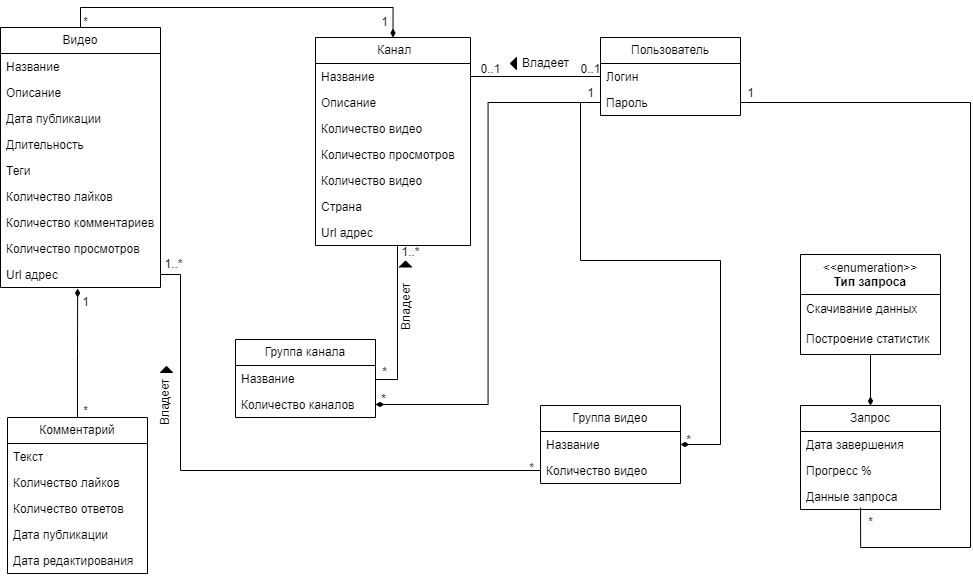
This is docs/images/DomainModel.png from Hembos/YoutubeAnalytics, a draw.io export, as it was before one commit. Source tidied: cells renumbered, new cells last; positions are measured from the earlier drawing's top-left corner, leaving out a move shared by most shapes. Its diagram source:
```xml
<mxGraphModel>
  <root>
    <mxCell id="0" />
    <mxCell id="1" parent="0" />
    <mxCell id="2" value="Видео" style="swimlane;fontStyle=0;horizontal=1;startSize=26;fillColor=none;whiteSpace=wrap;html=1;" parent="1" vertex="1">
      <mxGeometry y="20" width="160" height="260" as="geometry" />
    </mxCell>
    <mxCell id="3" value="Название" style="text;strokeColor=none;fillColor=none;align=left;verticalAlign=top;spacingLeft=4;spacingRight=4;overflow=hidden;whiteSpace=wrap;html=1;" parent="2" vertex="1">
      <mxGeometry y="26" width="160" height="26" as="geometry" />
    </mxCell>
    <mxCell id="4" value="Описание" style="text;strokeColor=none;fillColor=none;align=left;verticalAlign=top;spacingLeft=4;spacingRight=4;overflow=hidden;whiteSpace=wrap;html=1;" parent="2" vertex="1">
      <mxGeometry y="52" width="160" height="26" as="geometry" />
    </mxCell>
    <mxCell id="5" value="Дата публикации" style="text;strokeColor=none;fillColor=none;align=left;verticalAlign=top;spacingLeft=4;spacingRight=4;overflow=hidden;whiteSpace=wrap;html=1;" parent="2" vertex="1">
      <mxGeometry y="78" width="160" height="26" as="geometry" />
    </mxCell>
    <mxCell id="6" value="Длительность" style="text;strokeColor=none;fillColor=none;align=left;verticalAlign=top;spacingLeft=4;spacingRight=4;overflow=hidden;whiteSpace=wrap;html=1;" parent="2" vertex="1">
      <mxGeometry y="104" width="160" height="26" as="geometry" />
    </mxCell>
    <mxCell id="7" value="Теги" style="text;strokeColor=none;fillColor=none;align=left;verticalAlign=top;spacingLeft=4;spacingRight=4;overflow=hidden;whiteSpace=wrap;html=1;" parent="2" vertex="1">
      <mxGeometry y="130" width="160" height="26" as="geometry" />
    </mxCell>
    <mxCell id="8" value="Количество лайков" style="text;strokeColor=none;fillColor=none;align=left;verticalAlign=top;spacingLeft=4;spacingRight=4;overflow=hidden;whiteSpace=wrap;html=1;" parent="2" vertex="1">
      <mxGeometry y="156" width="160" height="26" as="geometry" />
    </mxCell>
    <mxCell id="9" value="Количество комментариев" style="text;strokeColor=none;fillColor=none;align=left;verticalAlign=top;spacingLeft=4;spacingRight=4;overflow=hidden;whiteSpace=wrap;html=1;" parent="2" vertex="1">
      <mxGeometry y="182" width="160" height="26" as="geometry" />
    </mxCell>
    <mxCell id="10" value="Количество просмотров" style="text;strokeColor=none;fillColor=none;align=left;verticalAlign=top;spacingLeft=4;spacingRight=4;overflow=hidden;whiteSpace=wrap;html=1;" parent="2" vertex="1">
      <mxGeometry y="208" width="160" height="26" as="geometry" />
    </mxCell>
    <mxCell id="11" value="Url адрес" style="text;strokeColor=none;fillColor=none;align=left;verticalAlign=top;spacingLeft=4;spacingRight=4;overflow=hidden;points=[[0,0.5],[1,0.5]];portConstraint=eastwest;whiteSpace=wrap;html=1;" parent="2" vertex="1">
      <mxGeometry y="234" width="160" height="26" as="geometry" />
    </mxCell>
    <mxCell id="12" value="&amp;nbsp;Канал" style="swimlane;fontStyle=0;horizontal=1;startSize=26;fillColor=none;whiteSpace=wrap;html=1;" parent="1" vertex="1">
      <mxGeometry x="315" y="30" width="155" height="208" as="geometry" />
    </mxCell>
    <mxCell id="13" value="Название" style="text;strokeColor=none;fillColor=none;align=left;verticalAlign=top;spacingLeft=4;spacingRight=4;overflow=hidden;points=[[0,0.5],[1,0.5]];portConstraint=eastwest;whiteSpace=wrap;html=1;" parent="12" vertex="1">
      <mxGeometry y="26" width="155" height="26" as="geometry" />
    </mxCell>
    <mxCell id="14" value="Описание" style="text;strokeColor=none;fillColor=none;align=left;verticalAlign=top;spacingLeft=4;spacingRight=4;overflow=hidden;whiteSpace=wrap;html=1;" parent="12" vertex="1">
      <mxGeometry y="52" width="155" height="26" as="geometry" />
    </mxCell>
    <mxCell id="15" value="Количество видео" style="text;strokeColor=none;fillColor=none;align=left;verticalAlign=top;spacingLeft=4;spacingRight=4;overflow=hidden;whiteSpace=wrap;html=1;" parent="12" vertex="1">
      <mxGeometry y="78" width="155" height="26" as="geometry" />
    </mxCell>
    <mxCell id="16" value="Количество просмотров" style="text;strokeColor=none;fillColor=none;align=left;verticalAlign=top;spacingLeft=4;spacingRight=4;overflow=hidden;whiteSpace=wrap;html=1;" parent="12" vertex="1">
      <mxGeometry y="104" width="155" height="26" as="geometry" />
    </mxCell>
    <mxCell id="17" value="Количество видео" style="text;strokeColor=none;fillColor=none;align=left;verticalAlign=top;spacingLeft=4;spacingRight=4;overflow=hidden;whiteSpace=wrap;html=1;" parent="12" vertex="1">
      <mxGeometry y="130" width="155" height="26" as="geometry" />
    </mxCell>
    <mxCell id="18" value="Страна" style="text;strokeColor=none;fillColor=none;align=left;verticalAlign=top;spacingLeft=4;spacingRight=4;overflow=hidden;whiteSpace=wrap;html=1;" parent="12" vertex="1">
      <mxGeometry y="156" width="155" height="26" as="geometry" />
    </mxCell>
    <mxCell id="19" value="Url адрес" style="text;strokeColor=none;fillColor=none;align=left;verticalAlign=top;spacingLeft=4;spacingRight=4;overflow=hidden;points=[[0,0.5],[1,0.5]];portConstraint=eastwest;whiteSpace=wrap;html=1;" parent="12" vertex="1">
      <mxGeometry y="182" width="155" height="26" as="geometry" />
    </mxCell>
    <mxCell id="20" style="edgeStyle=orthogonalEdgeStyle;rounded=0;jettySize=auto;html=1;endArrow=diamondThin;endFill=1;exitX=0.5;exitY=0;exitDx=0;exitDy=0;entryX=0.482;entryY=1.04;entryDx=0;entryDy=0;entryPerimeter=0;" parent="1" edge="1" source="21" target="11">
      <mxGeometry relative="1" as="geometry" />
    </mxCell>
    <mxCell id="21" value="Комментарий" style="swimlane;fontStyle=0;horizontal=1;startSize=26;fillColor=none;whiteSpace=wrap;html=1;" parent="1" vertex="1">
      <mxGeometry x="7" y="410" width="140" height="156" as="geometry" />
    </mxCell>
    <mxCell id="22" value="Текст" style="text;strokeColor=none;fillColor=none;align=left;verticalAlign=top;spacingLeft=4;spacingRight=4;overflow=hidden;whiteSpace=wrap;html=1;" parent="21" vertex="1">
      <mxGeometry y="26" width="140" height="26" as="geometry" />
    </mxCell>
    <mxCell id="23" value="Количество лайков" style="text;strokeColor=none;fillColor=none;align=left;verticalAlign=top;spacingLeft=4;spacingRight=4;overflow=hidden;whiteSpace=wrap;html=1;" parent="21" vertex="1">
      <mxGeometry y="52" width="140" height="26" as="geometry" />
    </mxCell>
    <mxCell id="24" value="Количество ответов" style="text;strokeColor=none;fillColor=none;align=left;verticalAlign=top;spacingLeft=4;spacingRight=4;overflow=hidden;whiteSpace=wrap;html=1;" parent="21" vertex="1">
      <mxGeometry y="78" width="140" height="26" as="geometry" />
    </mxCell>
    <mxCell id="25" value="Дата публикации" style="text;strokeColor=none;fillColor=none;align=left;verticalAlign=top;spacingLeft=4;spacingRight=4;overflow=hidden;whiteSpace=wrap;html=1;" parent="21" vertex="1">
      <mxGeometry y="104" width="140" height="26" as="geometry" />
    </mxCell>
    <mxCell id="26" value="Дата редактирования" style="text;strokeColor=none;fillColor=none;align=left;verticalAlign=top;spacingLeft=4;spacingRight=4;overflow=hidden;whiteSpace=wrap;html=1;" parent="21" vertex="1">
      <mxGeometry y="130" width="140" height="26" as="geometry" />
    </mxCell>
    <mxCell id="27" value="Группа канала" style="swimlane;fontStyle=0;horizontal=1;startSize=26;fillColor=none;whiteSpace=wrap;html=1;" parent="1" vertex="1">
      <mxGeometry x="235" y="332" width="140" height="78" as="geometry" />
    </mxCell>
    <mxCell id="28" value="Название" style="text;strokeColor=none;fillColor=none;align=left;verticalAlign=top;spacingLeft=4;spacingRight=4;overflow=hidden;whiteSpace=wrap;html=1;" parent="27" vertex="1">
      <mxGeometry y="26" width="140" height="26" as="geometry" />
    </mxCell>
    <mxCell id="29" value="Количество каналов" style="text;strokeColor=none;fillColor=none;align=left;verticalAlign=top;spacingLeft=4;spacingRight=4;overflow=hidden;points=[[0,0.5],[1,0.5]];portConstraint=eastwest;whiteSpace=wrap;html=1;" parent="27" vertex="1">
      <mxGeometry y="52" width="140" height="26" as="geometry" />
    </mxCell>
    <mxCell id="30" value="Пользователь" style="swimlane;fontStyle=0;horizontal=1;startSize=26;fillColor=none;whiteSpace=wrap;html=1;" parent="1" vertex="1">
      <mxGeometry x="600" y="30" width="140" height="78" as="geometry" />
    </mxCell>
    <mxCell id="31" value="Логин" style="text;strokeColor=none;fillColor=none;align=left;verticalAlign=top;spacingLeft=4;spacingRight=4;overflow=hidden;points=[[0,0.5],[1,0.5]];portConstraint=eastwest;whiteSpace=wrap;html=1;" parent="30" vertex="1">
      <mxGeometry y="26" width="140" height="26" as="geometry" />
    </mxCell>
    <mxCell id="32" value="Пароль" style="text;strokeColor=none;fillColor=none;align=left;verticalAlign=top;spacingLeft=4;spacingRight=4;overflow=hidden;points=[[0,0.5],[1,0.5]];portConstraint=eastwest;whiteSpace=wrap;html=1;" parent="30" vertex="1">
      <mxGeometry y="52" width="140" height="26" as="geometry" />
    </mxCell>
    <mxCell id="33" style="edgeStyle=orthogonalEdgeStyle;rounded=0;jettySize=auto;html=1;entryX=0.5;entryY=0;entryDx=0;entryDy=0;endArrow=diamondThin;endFill=1;" parent="1" edge="1" source="34" target="43">
      <mxGeometry relative="1" as="geometry" />
    </mxCell>
    <mxCell id="34" value="&amp;lt;&amp;lt;enumeration&amp;gt;&amp;gt;&lt;br&gt;&lt;b&gt;Тип запроса&lt;/b&gt;" style="swimlane;fontStyle=0;align=center;verticalAlign=top;horizontal=1;startSize=40;html=1;whiteSpace=wrap;" parent="1" vertex="1">
      <mxGeometry x="800" y="247" width="140" height="100" as="geometry" />
    </mxCell>
    <mxCell id="35" value="Скачивание данных" style="text;html=1;strokeColor=none;fillColor=none;align=left;verticalAlign=middle;spacingLeft=4;spacingRight=4;overflow=hidden;whiteSpace=wrap;" parent="34" vertex="1">
      <mxGeometry y="40" width="140" height="30" as="geometry" />
    </mxCell>
    <mxCell id="36" value="Построение статистик" style="text;html=1;strokeColor=none;fillColor=none;align=left;verticalAlign=middle;spacingLeft=4;spacingRight=4;overflow=hidden;whiteSpace=wrap;" parent="34" vertex="1">
      <mxGeometry y="70" width="140" height="30" as="geometry" />
    </mxCell>
    <mxCell id="37" style="edgeStyle=orthogonalEdgeStyle;rounded=0;jettySize=auto;html=1;entryX=0.5;entryY=0;entryDx=0;entryDy=0;endArrow=diamondThin;endFill=1;exitX=0.5;exitY=0;exitDx=0;exitDy=0;" parent="1" edge="1" source="2" target="12">
      <mxGeometry relative="1" as="geometry" />
    </mxCell>
    <mxCell id="38" style="edgeStyle=orthogonalEdgeStyle;rounded=0;jettySize=auto;html=1;exitX=1;exitY=0.5;exitDx=0;exitDy=0;entryX=0;entryY=0.5;entryDx=0;entryDy=0;endArrow=none;endFill=0;" parent="1" edge="1" source="13" target="31">
      <mxGeometry relative="1" as="geometry" />
    </mxCell>
    <mxCell id="39" style="edgeStyle=orthogonalEdgeStyle;rounded=0;jettySize=auto;html=1;entryX=0.529;entryY=0.978;entryDx=0;entryDy=0;entryPerimeter=0;endArrow=none;endFill=0;" parent="1" edge="1" source="27" target="19">
      <mxGeometry relative="1" as="geometry">
        <Array as="points">
          <mxPoint x="397" y="372" />
        </Array>
      </mxGeometry>
    </mxCell>
    <mxCell id="40" value="       " style="triangle;fillColor=strokeColor;direction=west;" parent="1" vertex="1">
      <mxGeometry x="510" y="50" width="6" height="12" as="geometry" />
    </mxCell>
    <mxCell id="41" value="Владеет" style="text;html=1;align=center;verticalAlign=middle;strokeColor=none;fillColor=none;" parent="1" vertex="1">
      <mxGeometry x="510" y="41" width="70" height="30" as="geometry" />
    </mxCell>
    <mxCell id="42" style="triangle;fillColor=strokeColor;direction=north;" parent="1" vertex="1">
      <mxGeometry x="160" y="359" width="12" height="6" as="geometry" />
    </mxCell>
    <mxCell id="43" value="Запрос" style="swimlane;fontStyle=0;horizontal=1;startSize=26;fillColor=none;whiteSpace=wrap;html=1;" parent="1" vertex="1">
      <mxGeometry x="800" y="398" width="140" height="104" as="geometry" />
    </mxCell>
    <mxCell id="44" value="Дата завершения" style="text;strokeColor=none;fillColor=none;align=left;verticalAlign=top;spacingLeft=4;spacingRight=4;overflow=hidden;whiteSpace=wrap;html=1;" parent="43" vertex="1">
      <mxGeometry y="26" width="140" height="26" as="geometry" />
    </mxCell>
    <mxCell id="45" value="Прогресс %" style="text;strokeColor=none;fillColor=none;align=left;verticalAlign=top;spacingLeft=4;spacingRight=4;overflow=hidden;whiteSpace=wrap;html=1;" parent="43" vertex="1">
      <mxGeometry y="52" width="140" height="26" as="geometry" />
    </mxCell>
    <mxCell id="46" value="Данные запроса" style="text;strokeColor=none;fillColor=none;align=left;verticalAlign=top;spacingLeft=4;spacingRight=4;overflow=hidden;points=[[0,0.5],[1,0.5]];portConstraint=eastwest;whiteSpace=wrap;html=1;" parent="43" vertex="1">
      <mxGeometry y="78" width="140" height="26" as="geometry" />
    </mxCell>
    <mxCell id="47" style="edgeStyle=orthogonalEdgeStyle;rounded=0;jettySize=auto;html=1;entryX=0.429;entryY=0.93;entryDx=0;entryDy=0;entryPerimeter=0;endArrow=none;endFill=0;" parent="1" edge="1" source="32" target="46">
      <mxGeometry relative="1" as="geometry">
        <Array as="points">
          <mxPoint x="970" y="95" />
          <mxPoint x="970" y="540" />
          <mxPoint x="860" y="540" />
        </Array>
      </mxGeometry>
    </mxCell>
    <mxCell id="48" value="Владеет" style="text;html=1;align=center;verticalAlign=middle;strokeColor=none;fillColor=none;rotation=270;" parent="1" vertex="1">
      <mxGeometry x="130" y="380" width="70" height="30" as="geometry" />
    </mxCell>
    <mxCell id="49" style="triangle;fillColor=strokeColor;direction=north;" parent="1" vertex="1">
      <mxGeometry x="399" y="253.5" width="12" height="6" as="geometry" />
    </mxCell>
    <mxCell id="50" value="Владеет" style="text;html=1;align=center;verticalAlign=middle;strokeColor=none;fillColor=none;rotation=270;" parent="1" vertex="1">
      <mxGeometry x="370" y="284.5" width="70" height="30" as="geometry" />
    </mxCell>
    <mxCell id="51" value="1" style="text;html=1;align=center;verticalAlign=middle;strokeColor=none;fillColor=none;" parent="1" vertex="1">
      <mxGeometry x="369" width="30" height="30" as="geometry" />
    </mxCell>
    <mxCell id="52" value="*" style="text;html=1;align=center;verticalAlign=middle;strokeColor=none;fillColor=none;" parent="1" vertex="1">
      <mxGeometry x="70" width="30" height="30" as="geometry" />
    </mxCell>
    <mxCell id="53" value="1..*" style="text;html=1;align=center;verticalAlign=middle;strokeColor=none;fillColor=none;" parent="1" vertex="1">
      <mxGeometry x="153" y="241.5" width="40" height="30" as="geometry" />
    </mxCell>
    <mxCell id="54" value="1" style="text;html=1;align=center;verticalAlign=middle;strokeColor=none;fillColor=none;" parent="1" vertex="1">
      <mxGeometry x="70" y="280" width="30" height="30" as="geometry" />
    </mxCell>
    <mxCell id="55" value="*" style="text;html=1;align=center;verticalAlign=middle;strokeColor=none;fillColor=none;" parent="1" vertex="1">
      <mxGeometry x="70" y="389" width="30" height="30" as="geometry" />
    </mxCell>
    <mxCell id="56" value="0..1" style="text;html=1;align=center;verticalAlign=middle;strokeColor=none;fillColor=none;" parent="1" vertex="1">
      <mxGeometry x="470" y="47" width="40" height="30" as="geometry" />
    </mxCell>
    <mxCell id="57" value="0..1" style="text;html=1;align=center;verticalAlign=middle;strokeColor=none;fillColor=none;" parent="1" vertex="1">
      <mxGeometry x="570" y="47" width="40" height="30" as="geometry" />
    </mxCell>
    <mxCell id="58" value="*" style="text;html=1;align=center;verticalAlign=middle;strokeColor=none;fillColor=none;" parent="1" vertex="1">
      <mxGeometry x="855" y="500" width="30" height="30" as="geometry" />
    </mxCell>
    <mxCell id="59" value="1" style="text;html=1;align=center;verticalAlign=middle;strokeColor=none;fillColor=none;" parent="1" vertex="1">
      <mxGeometry x="735" y="71" width="30" height="30" as="geometry" />
    </mxCell>
    <mxCell id="60" value="1..*" style="text;html=1;align=center;verticalAlign=middle;strokeColor=none;fillColor=none;" parent="1" vertex="1">
      <mxGeometry x="390" y="229.5" width="40" height="30" as="geometry" />
    </mxCell>
    <mxCell id="61" value="*" style="text;html=1;align=center;verticalAlign=middle;strokeColor=none;fillColor=none;" parent="1" vertex="1">
      <mxGeometry x="369" y="350" width="30" height="30" as="geometry" />
    </mxCell>
    <mxCell id="62" value="Группа видео" style="swimlane;fontStyle=0;horizontal=1;startSize=26;fillColor=none;whiteSpace=wrap;html=1;" parent="1" vertex="1">
      <mxGeometry x="540" y="398" width="140" height="78" as="geometry" />
    </mxCell>
    <mxCell id="63" value="Название" style="text;strokeColor=none;fillColor=none;align=left;verticalAlign=top;spacingLeft=4;spacingRight=4;overflow=hidden;whiteSpace=wrap;html=1;" parent="62" vertex="1">
      <mxGeometry y="26" width="140" height="26" as="geometry" />
    </mxCell>
    <mxCell id="64" value="Количество видео" style="text;strokeColor=none;fillColor=none;align=left;verticalAlign=top;spacingLeft=4;spacingRight=4;overflow=hidden;points=[[0,0.5],[1,0.5]];portConstraint=eastwest;whiteSpace=wrap;html=1;" parent="62" vertex="1">
      <mxGeometry y="52" width="140" height="26" as="geometry" />
    </mxCell>
    <mxCell id="65" style="edgeStyle=orthogonalEdgeStyle;rounded=0;jettySize=auto;html=1;entryX=1;entryY=0.5;entryDx=0;entryDy=0;endArrow=diamondThin;endFill=1;" parent="1" edge="1" source="32" target="62">
      <mxGeometry relative="1" as="geometry">
        <Array as="points">
          <mxPoint x="580" y="95" />
          <mxPoint x="580" y="253" />
          <mxPoint x="720" y="253" />
          <mxPoint x="720" y="437" />
        </Array>
      </mxGeometry>
    </mxCell>
    <mxCell id="66" style="edgeStyle=orthogonalEdgeStyle;rounded=0;jettySize=auto;html=1;entryX=1;entryY=0.5;entryDx=0;entryDy=0;endArrow=diamondThin;endFill=1;" parent="1" edge="1" source="32" target="29">
      <mxGeometry relative="1" as="geometry" />
    </mxCell>
    <mxCell id="67" style="edgeStyle=orthogonalEdgeStyle;rounded=0;jettySize=auto;html=1;entryX=1;entryY=0.5;entryDx=0;entryDy=0;endArrow=none;endFill=0;" parent="1" edge="1" source="64" target="11">
      <mxGeometry relative="1" as="geometry">
        <Array as="points">
          <mxPoint x="180" y="463" />
          <mxPoint x="180" y="267" />
        </Array>
      </mxGeometry>
    </mxCell>
    <mxCell id="68" value="1" style="text;html=1;align=center;verticalAlign=middle;strokeColor=none;fillColor=none;" parent="1" vertex="1">
      <mxGeometry x="575" y="71" width="30" height="30" as="geometry" />
    </mxCell>
    <mxCell id="69" value="*" style="text;html=1;align=center;verticalAlign=middle;strokeColor=none;fillColor=none;" parent="1" vertex="1">
      <mxGeometry x="368" y="377" width="30" height="30" as="geometry" />
    </mxCell>
    <mxCell id="70" value="*" style="text;html=1;align=center;verticalAlign=middle;strokeColor=none;fillColor=none;" parent="1" vertex="1">
      <mxGeometry x="673" y="418" width="30" height="30" as="geometry" />
    </mxCell>
    <mxCell id="71" value="*" style="text;html=1;align=center;verticalAlign=middle;strokeColor=none;fillColor=none;" parent="1" vertex="1">
      <mxGeometry x="516" y="446" width="30" height="30" as="geometry" />
    </mxCell>
  </root>
</mxGraphModel>
```
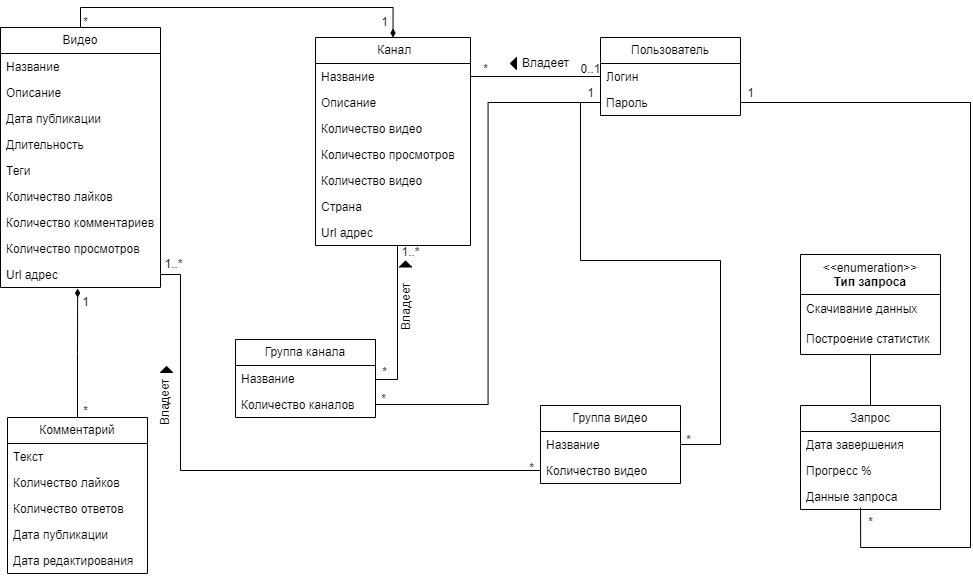
The same diagram one commit later.

Diff of the diagram source:
```diff
@@ -95,7 +95,7 @@
     <mxCell id="32" value="Пароль" style="text;strokeColor=none;fillColor=none;align=left;verticalAlign=top;spacingLeft=4;spacingRight=4;overflow=hidden;points=[[0,0.5],[1,0.5]];portConstraint=eastwest;whiteSpace=wrap;html=1;" parent="30" vertex="1">
       <mxGeometry y="52" width="140" height="26" as="geometry" />
     </mxCell>
-    <mxCell id="33" style="edgeStyle=orthogonalEdgeStyle;rounded=0;jettySize=auto;html=1;entryX=0.5;entryY=0;entryDx=0;entryDy=0;endArrow=diamondThin;endFill=1;" parent="1" edge="1" source="34" target="43">
+    <mxCell id="33" style="edgeStyle=orthogonalEdgeStyle;rounded=0;jettySize=auto;html=1;entryX=0.5;entryY=0;entryDx=0;entryDy=0;endArrow=none;endFill=0;" parent="1" edge="1" source="34" target="43">
       <mxGeometry relative="1" as="geometry" />
     </mxCell>
     <mxCell id="34" value="&amp;lt;&amp;lt;enumeration&amp;gt;&amp;gt;&lt;br&gt;&lt;b&gt;Тип запроса&lt;/b&gt;" style="swimlane;fontStyle=0;align=center;verticalAlign=top;horizontal=1;startSize=40;html=1;whiteSpace=wrap;" parent="1" vertex="1">
@@ -174,8 +174,8 @@
     <mxCell id="55" value="*" style="text;html=1;align=center;verticalAlign=middle;strokeColor=none;fillColor=none;" parent="1" vertex="1">
       <mxGeometry x="70" y="389" width="30" height="30" as="geometry" />
     </mxCell>
-    <mxCell id="56" value="0..1" style="text;html=1;align=center;verticalAlign=middle;strokeColor=none;fillColor=none;" parent="1" vertex="1">
-      <mxGeometry x="470" y="47" width="40" height="30" as="geometry" />
+    <mxCell id="56" value="*" style="text;html=1;align=center;verticalAlign=middle;strokeColor=none;fillColor=none;" parent="1" vertex="1">
+      <mxGeometry x="470" y="47" width="30" height="30" as="geometry" />
     </mxCell>
     <mxCell id="57" value="0..1" style="text;html=1;align=center;verticalAlign=middle;strokeColor=none;fillColor=none;" parent="1" vertex="1">
       <mxGeometry x="570" y="47" width="40" height="30" as="geometry" />
@@ -201,7 +201,7 @@
     <mxCell id="64" value="Количество видео" style="text;strokeColor=none;fillColor=none;align=left;verticalAlign=top;spacingLeft=4;spacingRight=4;overflow=hidden;points=[[0,0.5],[1,0.5]];portConstraint=eastwest;whiteSpace=wrap;html=1;" parent="62" vertex="1">
       <mxGeometry y="52" width="140" height="26" as="geometry" />
     </mxCell>
-    <mxCell id="65" style="edgeStyle=orthogonalEdgeStyle;rounded=0;jettySize=auto;html=1;entryX=1;entryY=0.5;entryDx=0;entryDy=0;endArrow=diamondThin;endFill=1;" parent="1" edge="1" source="32" target="62">
+    <mxCell id="65" style="edgeStyle=orthogonalEdgeStyle;rounded=0;jettySize=auto;html=1;entryX=1;entryY=0.5;entryDx=0;entryDy=0;endArrow=none;endFill=0;" parent="1" edge="1" source="32" target="62">
       <mxGeometry relative="1" as="geometry">
         <Array as="points">
           <mxPoint x="580" y="95" />
@@ -211,7 +211,7 @@
         </Array>
       </mxGeometry>
     </mxCell>
-    <mxCell id="66" style="edgeStyle=orthogonalEdgeStyle;rounded=0;jettySize=auto;html=1;entryX=1;entryY=0.5;entryDx=0;entryDy=0;endArrow=diamondThin;endFill=1;" parent="1" edge="1" source="32" target="29">
+    <mxCell id="66" style="edgeStyle=orthogonalEdgeStyle;rounded=0;jettySize=auto;html=1;entryX=1;entryY=0.5;entryDx=0;entryDy=0;endArrow=none;endFill=0;" parent="1" edge="1" source="32" target="29">
       <mxGeometry relative="1" as="geometry" />
     </mxCell>
     <mxCell id="67" style="edgeStyle=orthogonalEdgeStyle;rounded=0;jettySize=auto;html=1;entryX=1;entryY=0.5;entryDx=0;entryDy=0;endArrow=none;endFill=0;" parent="1" edge="1" source="64" target="11">
```
